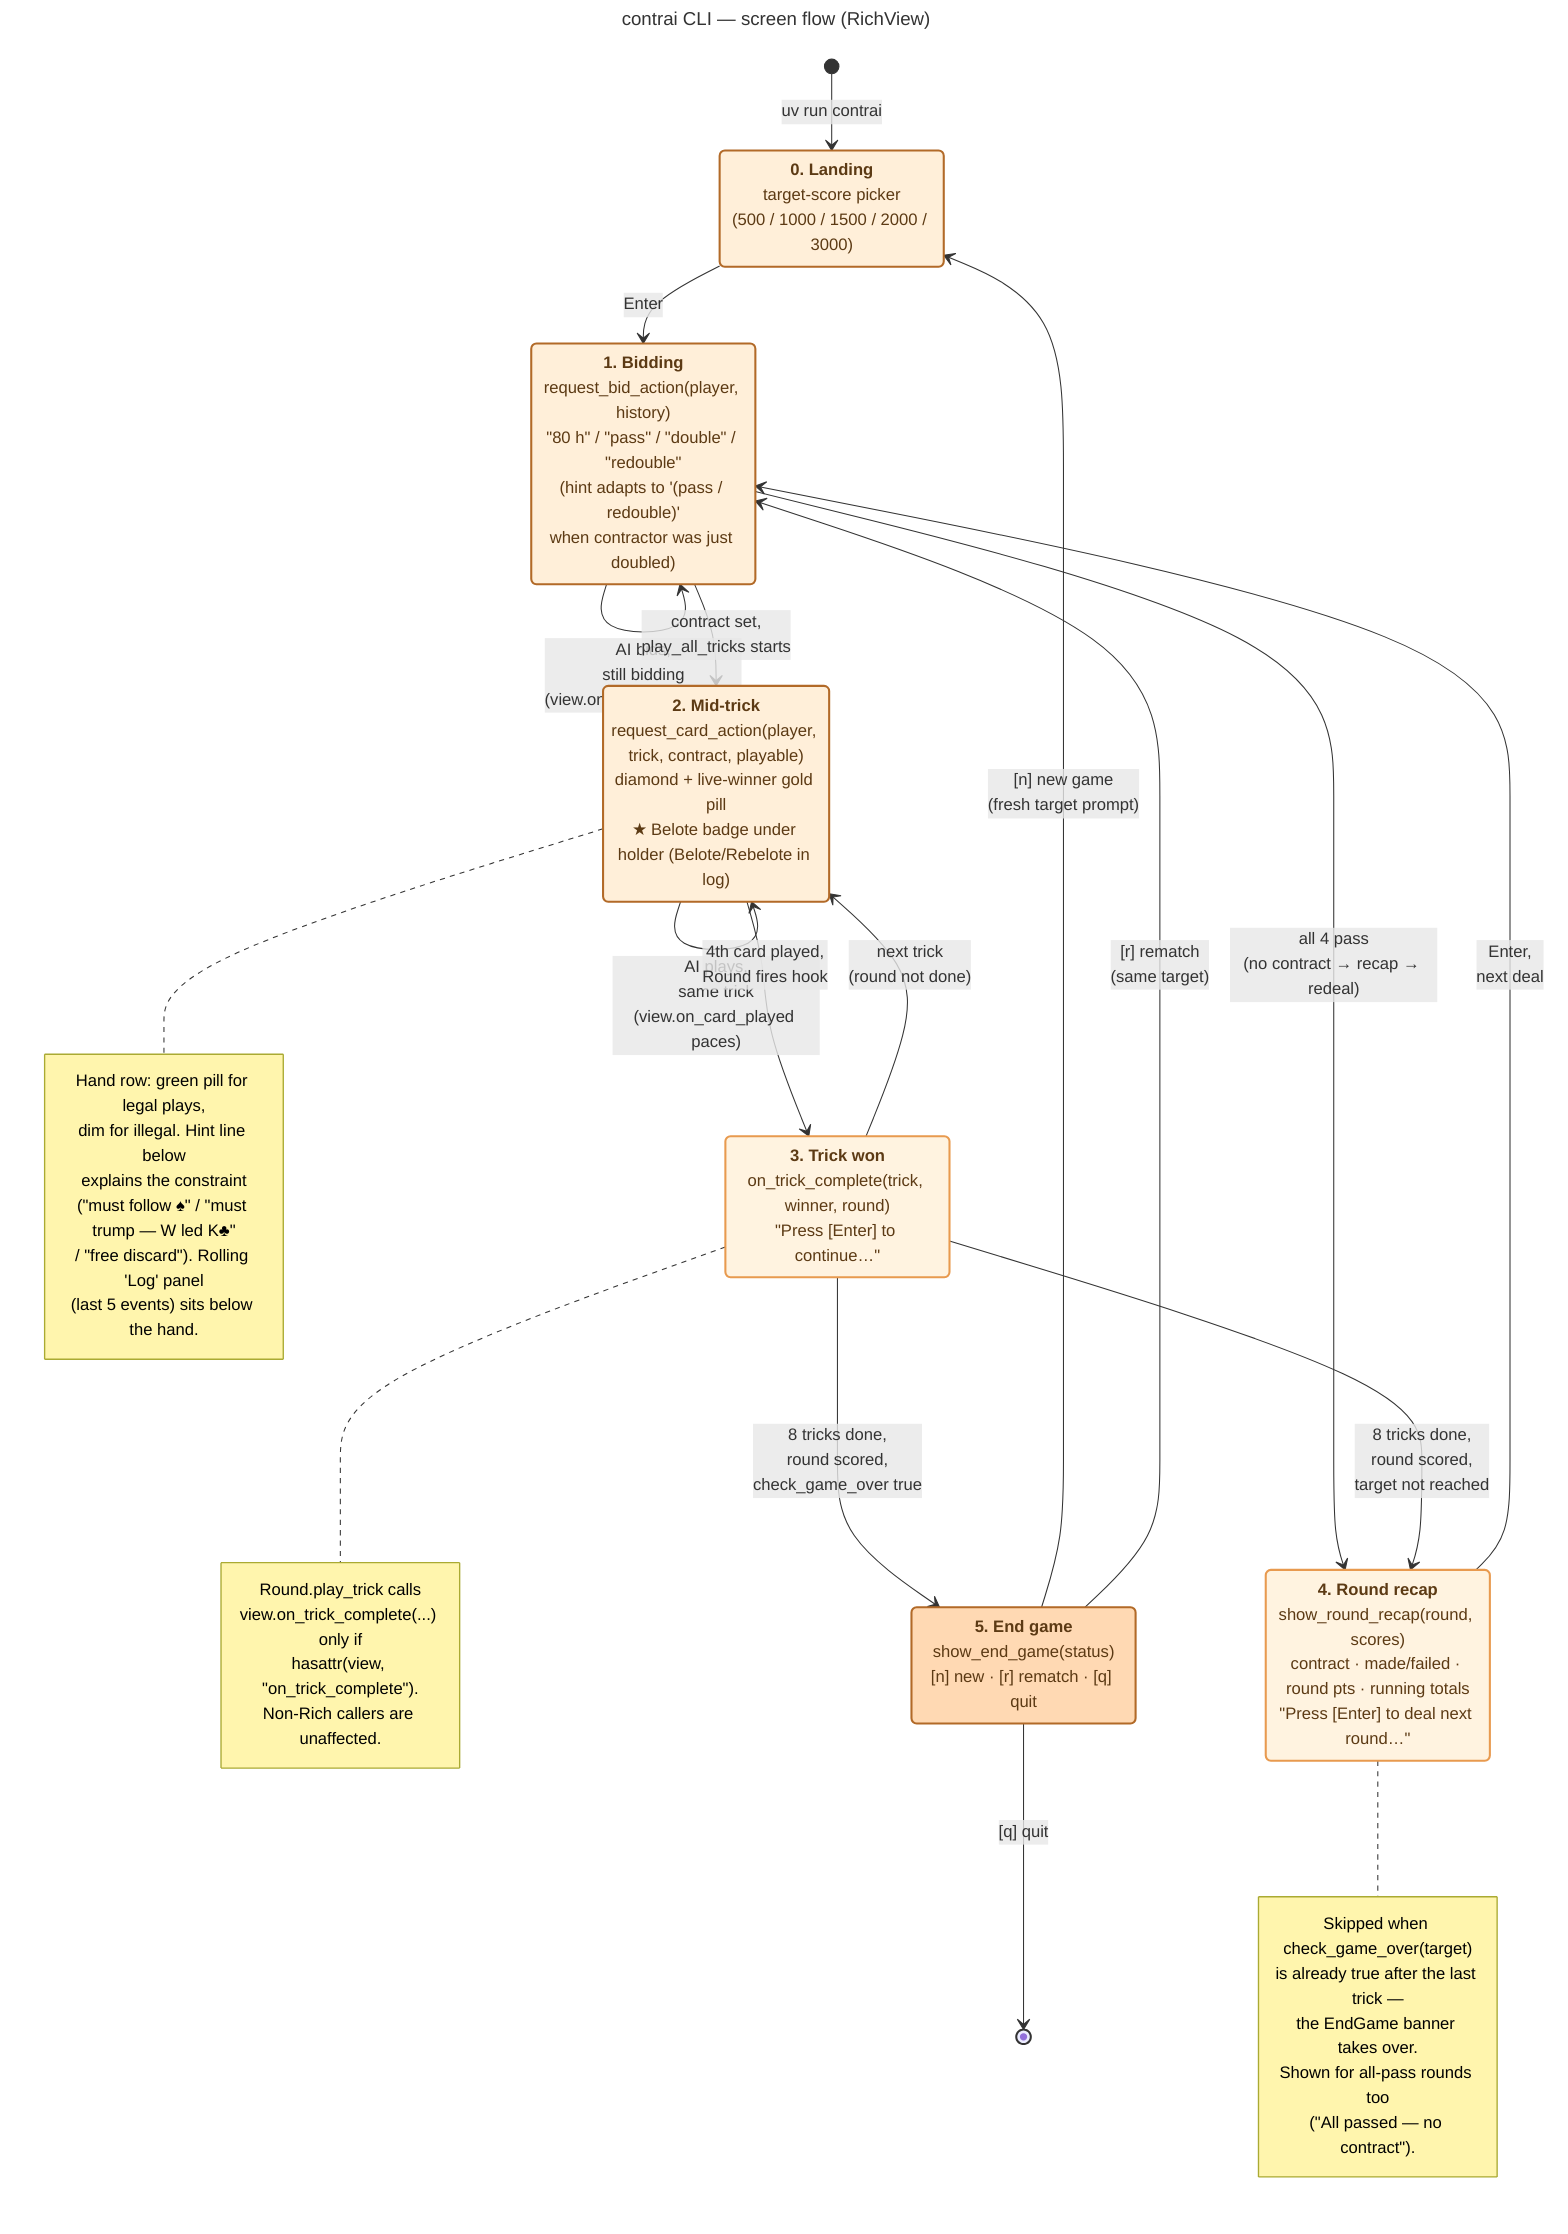
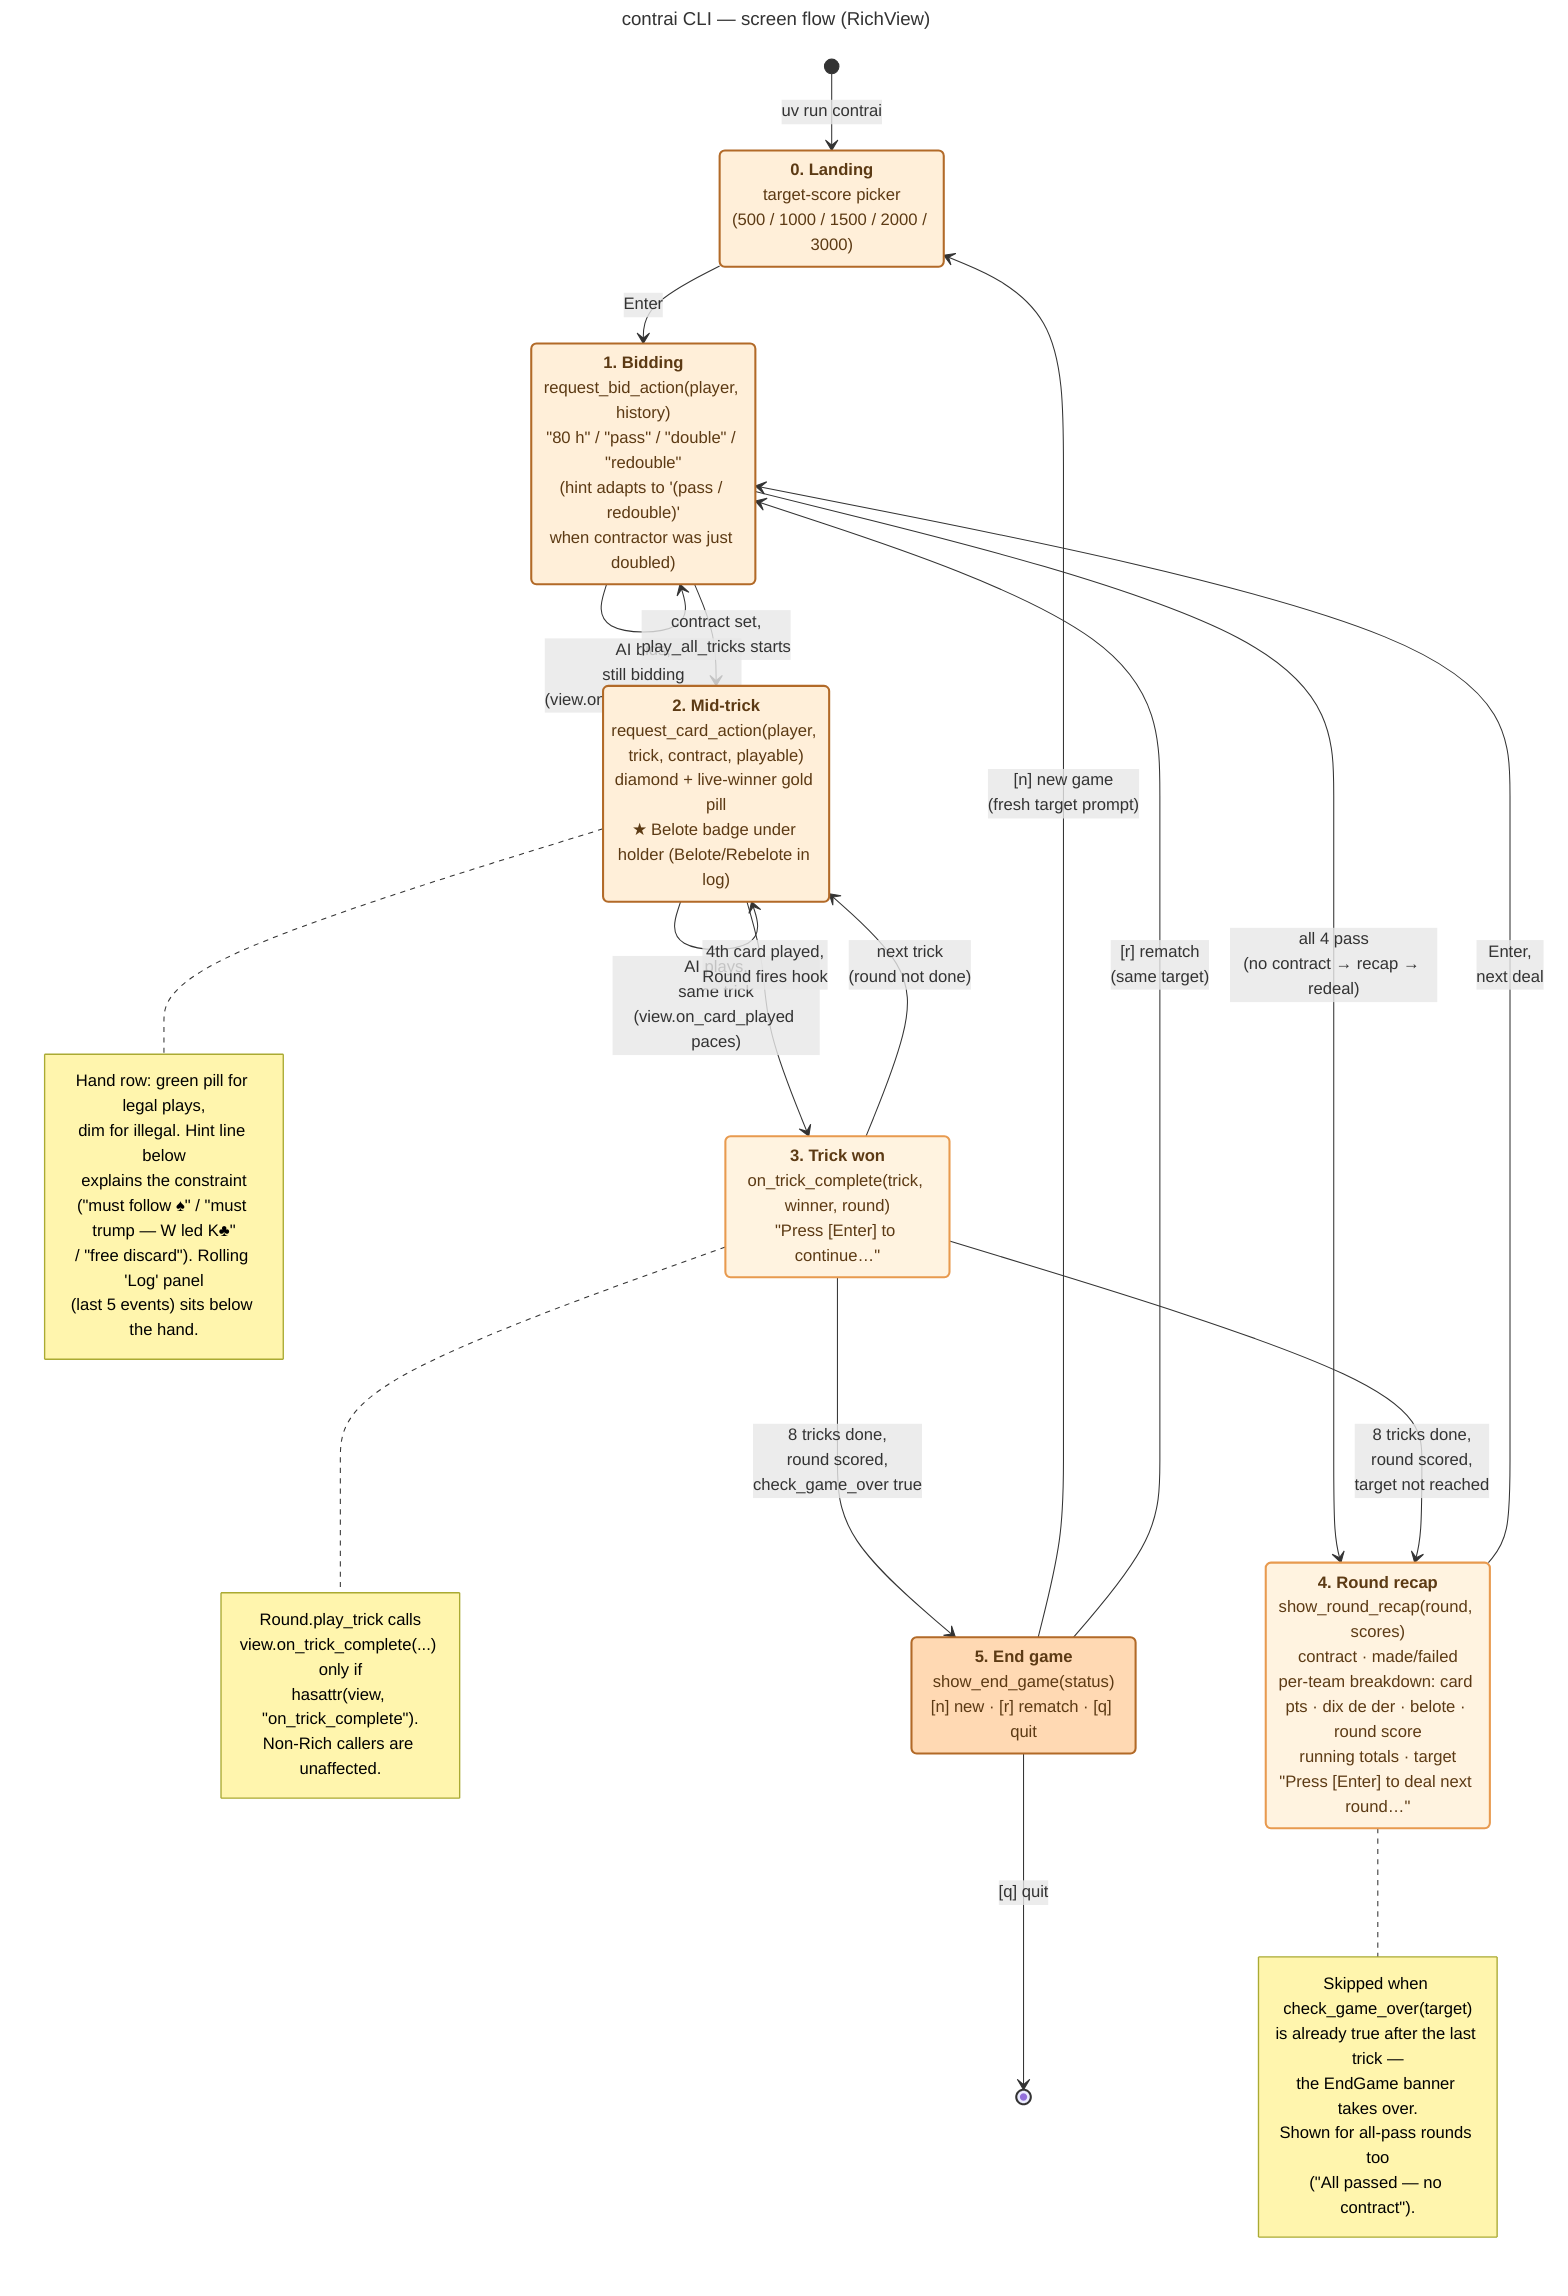
---
title: contrai CLI — screen flow (RichView)
---
stateDiagram-v2
    direction TB

    [*] --> Landing : uv run contrai

    Landing : <b>0. Landing</b><br/>target-score picker<br/>(500 / 1000 / 1500 / 2000 / 3000)
    Bidding : <b>1. Bidding</b><br/>request_bid_action(player, history)<br/>"80 h" / "pass" / "double" / "redouble"<br/>(hint adapts to '(pass / redouble)'<br/>when contractor was just doubled)
    MidTrick : <b>2. Mid-trick</b><br/>request_card_action(player, trick, contract, playable)<br/>diamond + live-winner gold pill<br/>★ Belote badge under holder (Belote/Rebelote in log)
    TrickWon : <b>3. Trick won</b><br/>on_trick_complete(trick, winner, round)<br/>"Press [Enter] to continue…"
-     RoundRecap : <b>4. Round recap</b><br/>show_round_recap(round, scores)<br/>contract · made/failed · round pts · running totals<br/>"Press [Enter] to deal next round…"
+     RoundRecap : <b>4. Round recap</b><br/>show_round_recap(round, scores)<br/>contract · made/failed<br/>per-team breakdown: card pts · dix de der · belote · round score<br/>running totals · target<br/>"Press [Enter] to deal next round…"
    EndGame : <b>5. End game</b><br/>show_end_game(status)<br/>[n] new · [r] rematch · [q] quit

    Landing --> Bidding : Enter
    Bidding --> Bidding : AI bids,<br/>still bidding<br/>(view.on_bid_made paces)
    Bidding --> RoundRecap : all 4 pass<br/>(no contract → recap → redeal)
    Bidding --> MidTrick : contract set,<br/>play_all_tricks starts
    MidTrick --> MidTrick : AI plays,<br/>same trick<br/>(view.on_card_played paces)
    MidTrick --> TrickWon : 4th card played,<br/>Round fires hook
    TrickWon --> MidTrick : next trick<br/>(round not done)
    TrickWon --> RoundRecap : 8 tricks done,<br/>round scored,<br/>target not reached
    TrickWon --> EndGame : 8 tricks done,<br/>round scored,<br/>check_game_over true
    RoundRecap --> Bidding : Enter,<br/>next deal

    EndGame --> Landing : [n] new game<br/>(fresh target prompt)
    EndGame --> Bidding : [r] rematch<br/>(same target)
    EndGame --> [*] : [q] quit

    note right of MidTrick
        Hand row: green pill for legal plays,
        dim for illegal. Hint line below
        explains the constraint
        ("must follow ♠" / "must trump — W led K♣"
        / "free discard"). Rolling 'Log' panel
        (last 5 events) sits below the hand.
    end note

    note right of TrickWon
        Round.play_trick calls
        view.on_trick_complete(...) only if
        hasattr(view, "on_trick_complete").
        Non-Rich callers are unaffected.
    end note

    note right of RoundRecap
        Skipped when check_game_over(target)
        is already true after the last trick —
        the EndGame banner takes over.
        Shown for all-pass rounds too
        ("All passed — no contract").
    end note

    classDef screen0 fill:#FFEFD9,stroke:#B26A28,stroke-width:2px,color:#5C3A14;
    classDef screen1 fill:#FFEFD9,stroke:#B26A28,stroke-width:2px,color:#5C3A14;
    classDef screen2 fill:#FFEFD9,stroke:#B26A28,stroke-width:2px,color:#5C3A14;
    classDef screen3 fill:#FFF3E0,stroke:#E89A4F,stroke-width:2px,color:#5C3A14;
    classDef screen4 fill:#FFF3E0,stroke:#E89A4F,stroke-width:2px,color:#5C3A14;
    classDef screen5 fill:#FFD9B3,stroke:#B26A28,stroke-width:2px,color:#5C3A14;

    class Landing screen0
    class Bidding screen1
    class MidTrick screen2
    class TrickWon screen3
    class RoundRecap screen4
    class EndGame screen5
